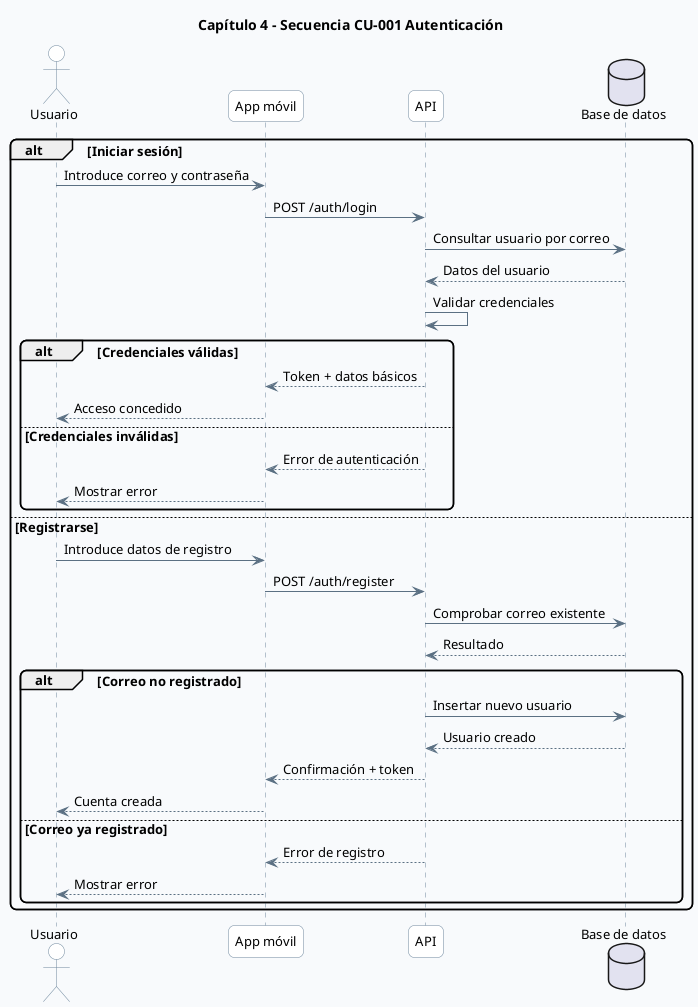
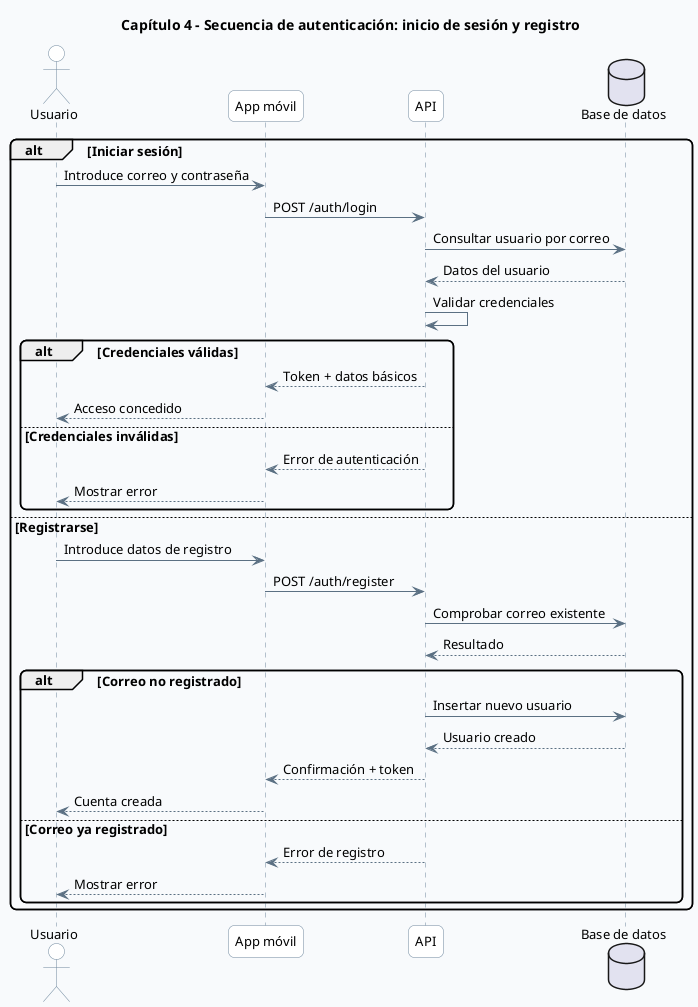
﻿@startuml
' CAP4 - 03 Secuencia CU-001 Login / Registro

skinparam backgroundColor #F8FAFC
skinparam shadowing false
skinparam roundcorner 12
skinparam defaultFontName Segoe UI
skinparam defaultFontSize 13
skinparam ArrowColor #5B7083
skinparam ArrowThickness 1
skinparam sequenceLifeLineBorderColor #6E879D
skinparam sequenceLifeLineBackgroundColor #FFFFFF
skinparam participantBorderColor #6E879D
skinparam participantBackgroundColor #FFFFFF
skinparam actorBorderColor #6E879D
skinparam actorBackgroundColor #FFFFFF
skinparam noteBackgroundColor #FFF9E6
skinparam noteBorderColor #D7C58A

- title Capítulo 4 - Secuencia CU-001 Autenticación
+ title Capítulo 4 - Secuencia de autenticación: inicio de sesión y registro

actor Usuario
participant "App móvil" as App
participant "API" as API
database "Base de datos" as DB

alt Iniciar sesión
    Usuario -> App : Introduce correo y contraseña
    App -> API : POST /auth/login
    API -> DB : Consultar usuario por correo
    DB --> API : Datos del usuario
    API -> API : Validar credenciales
    alt Credenciales válidas
        API --> App : Token + datos básicos
        App --> Usuario : Acceso concedido
    else Credenciales inválidas
        API --> App : Error de autenticación
        App --> Usuario : Mostrar error
    end
else Registrarse
    Usuario -> App : Introduce datos de registro
    App -> API : POST /auth/register
    API -> DB : Comprobar correo existente
    DB --> API : Resultado
    alt Correo no registrado
        API -> DB : Insertar nuevo usuario
        DB --> API : Usuario creado
        API --> App : Confirmación + token
        App --> Usuario : Cuenta creada
    else Correo ya registrado
        API --> App : Error de registro
        App --> Usuario : Mostrar error
    end
end

@enduml
